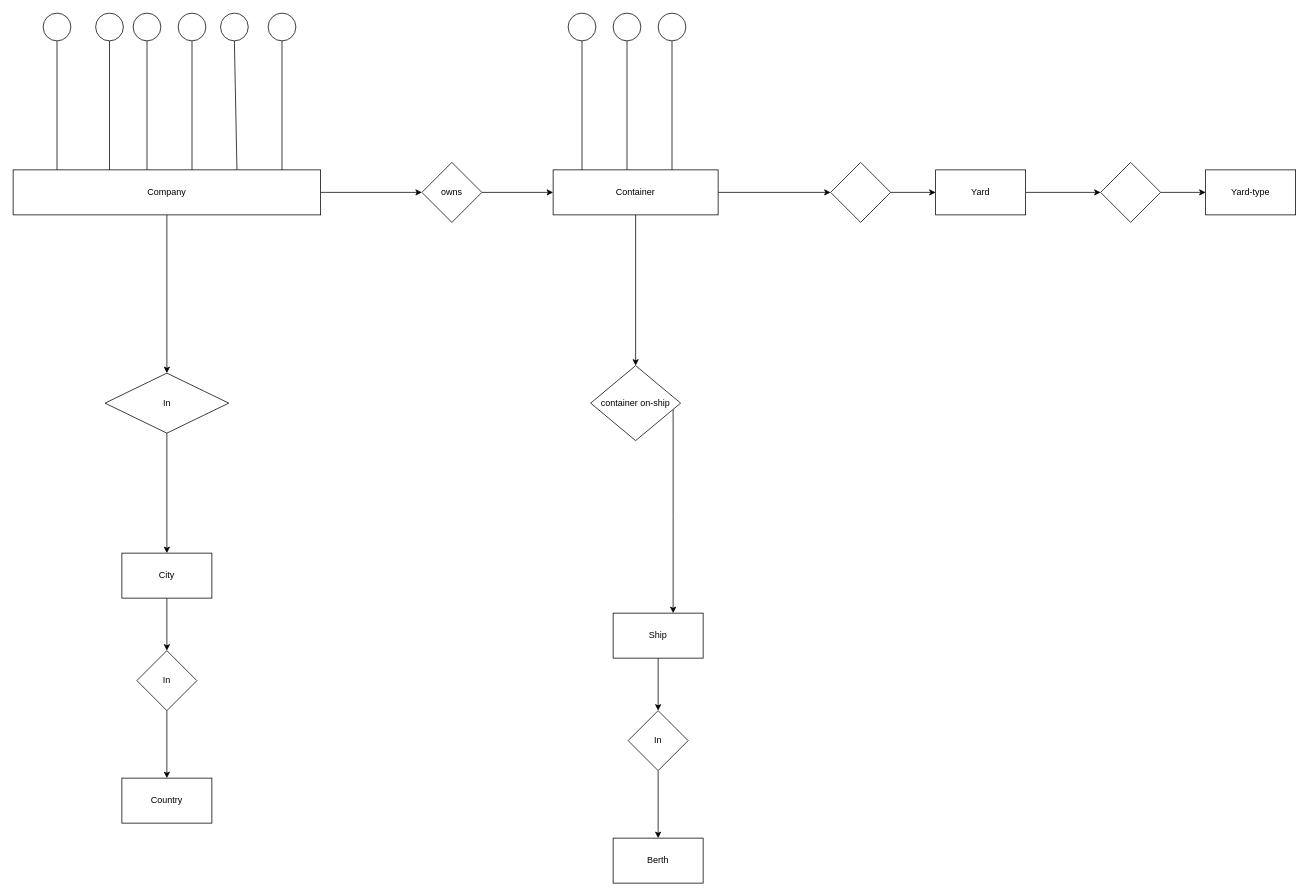
TarinPairor/draw.io keeps this draw.io diagram as Assgn_1.drawio. Above is the earlier version. Source tidied: cells renumbered, new cells numbered last; positions are measured from the earlier drawing's top-left corner, leaving out a move shared by most shapes. Both pictures are drawn from the tidied source at 75%, with x=0, y=0 at pixel (13, 13).
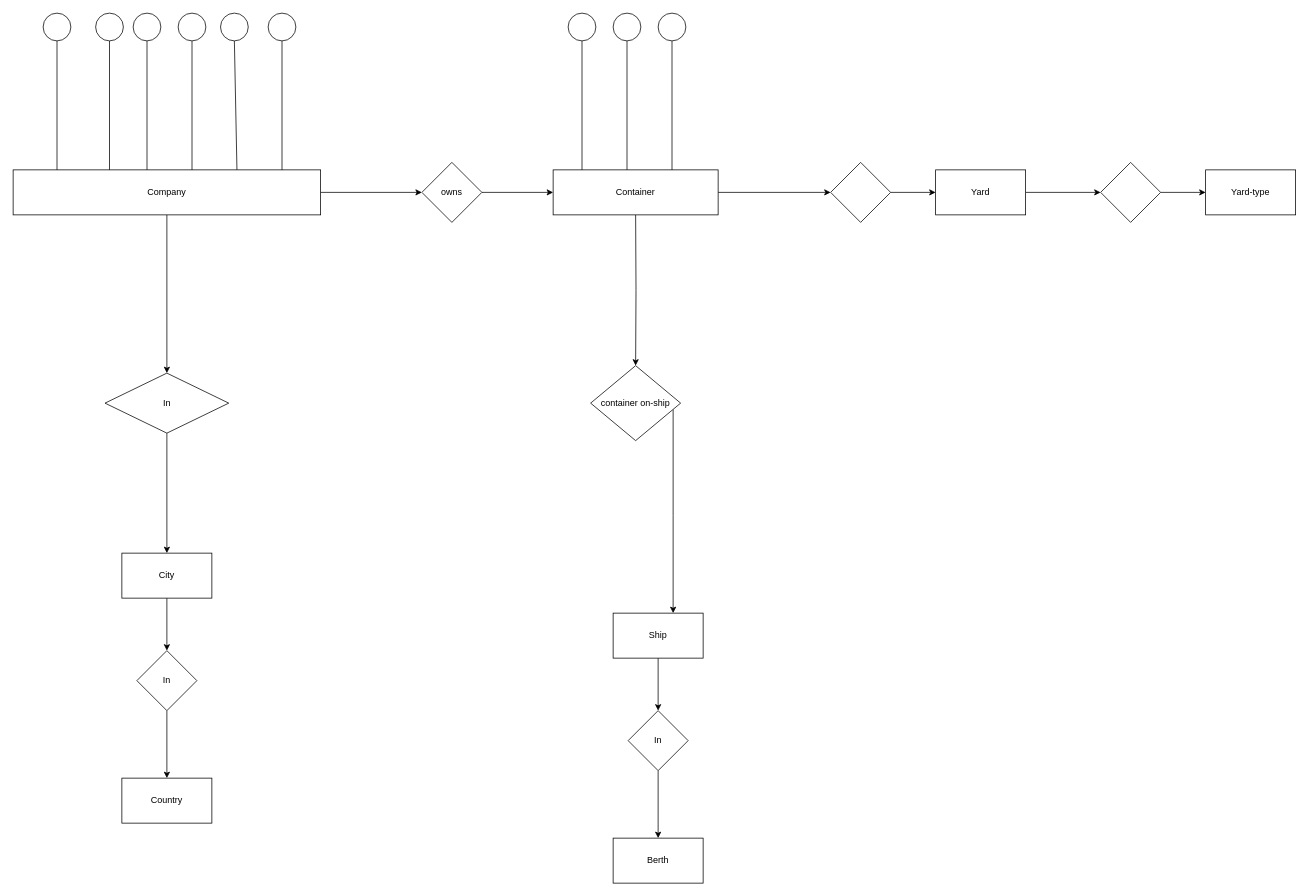
The same page after the edit.

Unchanged cells that the change refers to:
```xml
<mxCell id="21" value="Container" style="whiteSpace=wrap;html=1;rounded=0;" parent="1" vertex="1">
  <mxGeometry x="720" y="209" width="220" height="60" as="geometry" />
</mxCell>
<mxCell id="29" value="container on-ship" style="rhombus;whiteSpace=wrap;html=1;rounded=0;" parent="1" vertex="1">
  <mxGeometry x="770" y="470" width="120" height="100" as="geometry" />
</mxCell>
```

Change to the diagram source:
```diff
@@
-    <mxCell id="19" style="edgeStyle=orthogonalEdgeStyle;rounded=0;jettySize=auto;html=1;" parent="1" edge="1" source="21" target="29">
-      <mxGeometry relative="1" as="geometry" />
+    <mxCell id="19" style="edgeStyle=orthogonalEdgeStyle;rounded=0;jettySize=auto;html=1;" parent="1" edge="1" target="29">
+      <mxGeometry relative="1" as="geometry">
+        <mxPoint x="830" y="269" as="sourcePoint" />
+      </mxGeometry>
     </mxCell>
```
